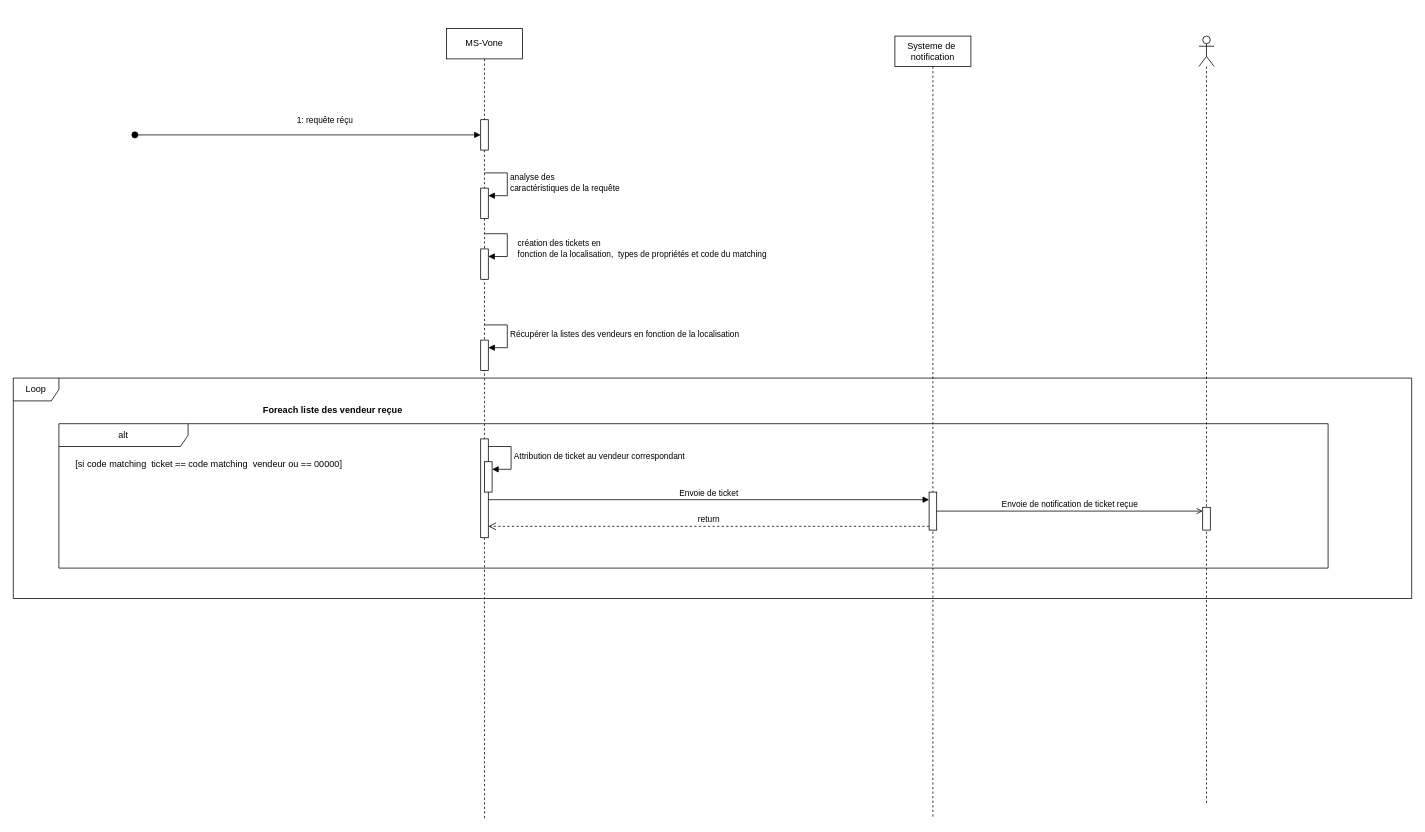
Kaji17/Diagramme-UML keeps this draw.io diagram as page "DS-Matching" (8 of 9) of Diagramme-vone-2024.drawio. Above is the earlier version. Source tidied: cells renumbered, new cells numbered last; positions are measured from the earlier drawing's top-left corner, leaving out a move shared by most shapes. Both pictures are drawn from the tidied source at 76%, with x=0, y=0 at pixel (13, 28).
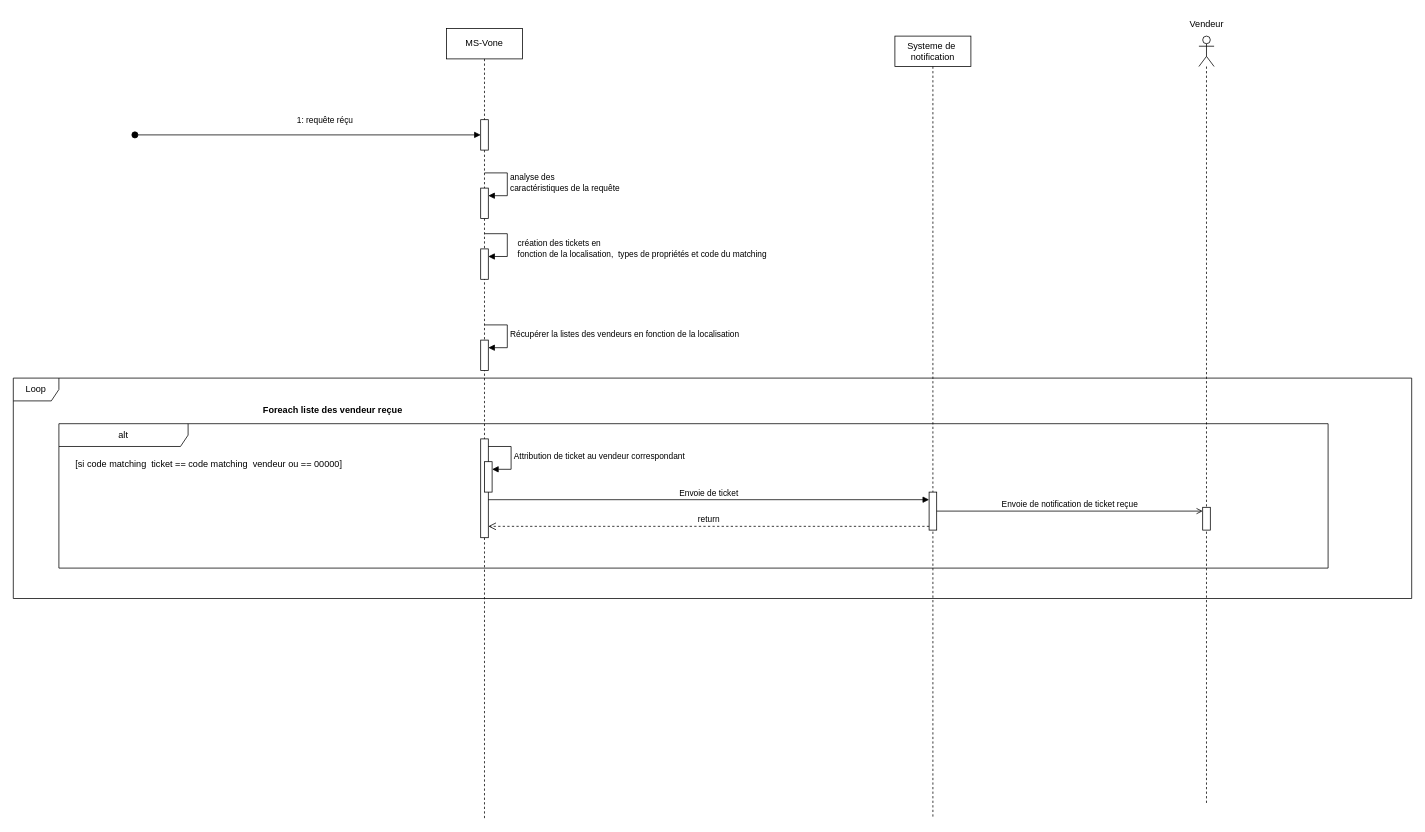
The same page after the edit.

Diff of the diagram source:
```diff
@@
+    <mxCell id="26" value="Vendeur" style="text;html=1;align=center;verticalAlign=middle;strokeColor=none;fillColor=none;" parent="1" vertex="1">
+      <mxGeometry x="1535" y="-20" width="70" height="30" as="geometry" />
+    </mxCell>
```
